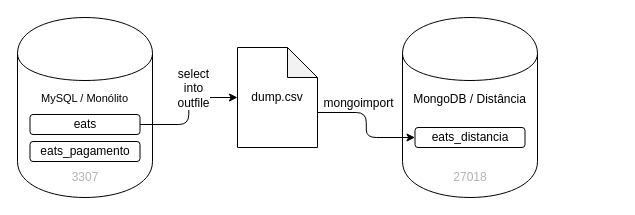
caelum/apostila-microservices-com-spring-cloud keeps this draw.io diagram as imagens/04-migrando-dados/dump-dos-dados-de-restaurante-do-monolito-para-o-mongodb-de-distancia.drawio. Above is the earlier version. Source tidied: cells renumbered, new cells numbered last; positions are measured from the earlier drawing's top-left corner, leaving out a move shared by most shapes. Both pictures are drawn from the tidied source at 100%, with x=0, y=0 at pixel (17, 17).
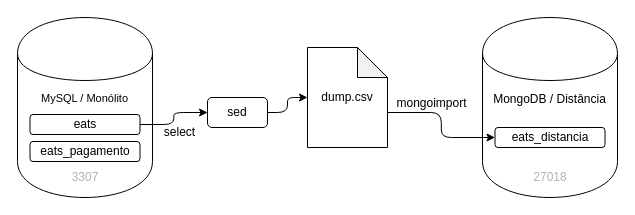
Above is the later version.

Commit message (it also covers changes not shown here):
sed no dump pra mongo

What changed in the source:
```diff
@@
 <mxGraphModel>
   <root>
     <mxCell id="0" />
     <mxCell id="1" parent="0" />
     <mxCell id="2" value="&lt;font style=&quot;font-size: 11px&quot;&gt;MySQL / Monólito&lt;/font&gt;" style="shape=cylinder;whiteSpace=wrap;html=1;boundedLbl=1;backgroundOutline=1;verticalAlign=top;spacing=0;spacingTop=30;fontSize=11;" parent="1" vertex="1">
       <mxGeometry width="135" height="180" as="geometry" />
     </mxCell>
     <mxCell id="3" value="dump.csv" style="shape=note;whiteSpace=wrap;html=1;backgroundOutline=1;darkOpacity=0.05;" parent="1" vertex="1">
-      <mxGeometry x="220" y="30" width="80" height="100" as="geometry" />
+      <mxGeometry x="290" y="30" width="80" height="100" as="geometry" />
     </mxCell>
     <mxCell id="4" value="MongoDB / Distância" style="shape=cylinder;whiteSpace=wrap;html=1;boundedLbl=1;backgroundOutline=1;verticalAlign=top;spacing=0;spacingTop=30;" parent="1" vertex="1">
-      <mxGeometry x="385" width="135" height="180" as="geometry" />
+      <mxGeometry x="465" width="135" height="180" as="geometry" />
     </mxCell>
     <mxCell id="5" value="eats_distancia" style="rounded=1;whiteSpace=wrap;html=1;align=center;" parent="1" vertex="1">
-      <mxGeometry x="397.5" y="110" width="110" height="20" as="geometry" />
+      <mxGeometry x="477.5" y="110" width="110" height="20" as="geometry" />
     </mxCell>
-    <mxCell id="6" style="edgeStyle=orthogonalEdgeStyle;rounded=1;jettySize=auto;html=1;exitX=1;exitY=0.5;exitDx=0;exitDy=0;fontColor=#B3B3B3;" parent="1" edge="1" source="11" target="3">
-      <mxGeometry relative="1" as="geometry" />
-    </mxCell>
-    <mxCell id="7" value="&lt;font color=&quot;#000000&quot;&gt;select&lt;br&gt;into&lt;br&gt;outfile&lt;/font&gt;" style="text;html=1;align=center;verticalAlign=middle;labelBackgroundColor=#ffffff;fontColor=#B3B3B3;spacing=0;spacingLeft=30;spacingBottom=40;" parent="6" vertex="1">
-      <mxGeometry x="-0.39" y="17" relative="1" as="geometry" />
-    </mxCell>
     <mxCell id="8" value="eats_pagamento" style="rounded=1;whiteSpace=wrap;html=1;align=center;" parent="1" vertex="1">
       <mxGeometry x="12.5" y="124" width="110" height="20" as="geometry" />
     </mxCell>
     <mxCell id="9" value="3307" style="text;html=1;strokeColor=none;fillColor=none;align=center;verticalAlign=middle;whiteSpace=wrap;rounded=0;fontColor=#B3B3B3;" parent="1" vertex="1">
       <mxGeometry x="48" y="150" width="40" height="20" as="geometry" />
     </mxCell>
     <mxCell id="10" value="27018" style="text;html=1;strokeColor=none;fillColor=none;align=center;verticalAlign=middle;whiteSpace=wrap;rounded=0;fontColor=#B3B3B3;" parent="1" vertex="1">
-      <mxGeometry x="432.5" y="150" width="40" height="20" as="geometry" />
+      <mxGeometry x="512.5" y="150" width="40" height="20" as="geometry" />
     </mxCell>
+    <mxCell id="14" style="edgeStyle=orthogonalEdgeStyle;rounded=1;jettySize=auto;html=1;exitX=1;exitY=0.5;exitDx=0;exitDy=0;entryX=0;entryY=0.5;entryDx=0;entryDy=0;" parent="1" edge="1" source="11" target="17">
+      <mxGeometry relative="1" as="geometry" />
+    </mxCell>
+    <mxCell id="15" value="select" style="text;html=1;align=center;verticalAlign=middle;labelBackgroundColor=#ffffff;" parent="14" vertex="1">
+      <mxGeometry x="-0.18" y="-4" relative="1" as="geometry">
+        <mxPoint x="5.5" y="3" as="offset" />
+      </mxGeometry>
+    </mxCell>
     <mxCell id="11" value="eats" style="rounded=1;whiteSpace=wrap;html=1;align=center;" parent="1" vertex="1">
       <mxGeometry x="12.5" y="97" width="110" height="20" as="geometry" />
     </mxCell>
     <mxCell id="12" style="edgeStyle=orthogonalEdgeStyle;rounded=1;jettySize=auto;html=1;exitX=0;exitY=0;exitDx=80;exitDy=65;exitPerimeter=0;entryX=0;entryY=0.5;entryDx=0;entryDy=0;fontColor=#B3B3B3;" parent="1" edge="1" source="3" target="5">
       <mxGeometry relative="1" as="geometry" />
     </mxCell>
     <mxCell id="13" value="&lt;font color=&quot;#000000&quot;&gt;mongoimport&lt;/font&gt;" style="text;html=1;align=center;verticalAlign=bottom;labelBackgroundColor=#ffffff;fontColor=#B3B3B3;spacing=0;spacingBottom=4;" parent="12" vertex="1">
       <mxGeometry x="-0.35" y="-1" relative="1" as="geometry" />
     </mxCell>
+    <mxCell id="16" style="edgeStyle=orthogonalEdgeStyle;rounded=1;jettySize=auto;html=1;exitX=1;exitY=0.5;exitDx=0;exitDy=0;entryX=0;entryY=0.5;entryDx=0;entryDy=0;entryPerimeter=0;" parent="1" edge="1" source="17" target="3">
+      <mxGeometry relative="1" as="geometry" />
+    </mxCell>
+    <mxCell id="17" value="sed" style="rounded=1;whiteSpace=wrap;html=1;" parent="1" vertex="1">
+      <mxGeometry x="190" y="80" width="60" height="30" as="geometry" />
+    </mxCell>
   </root>
 </mxGraphModel>
```
